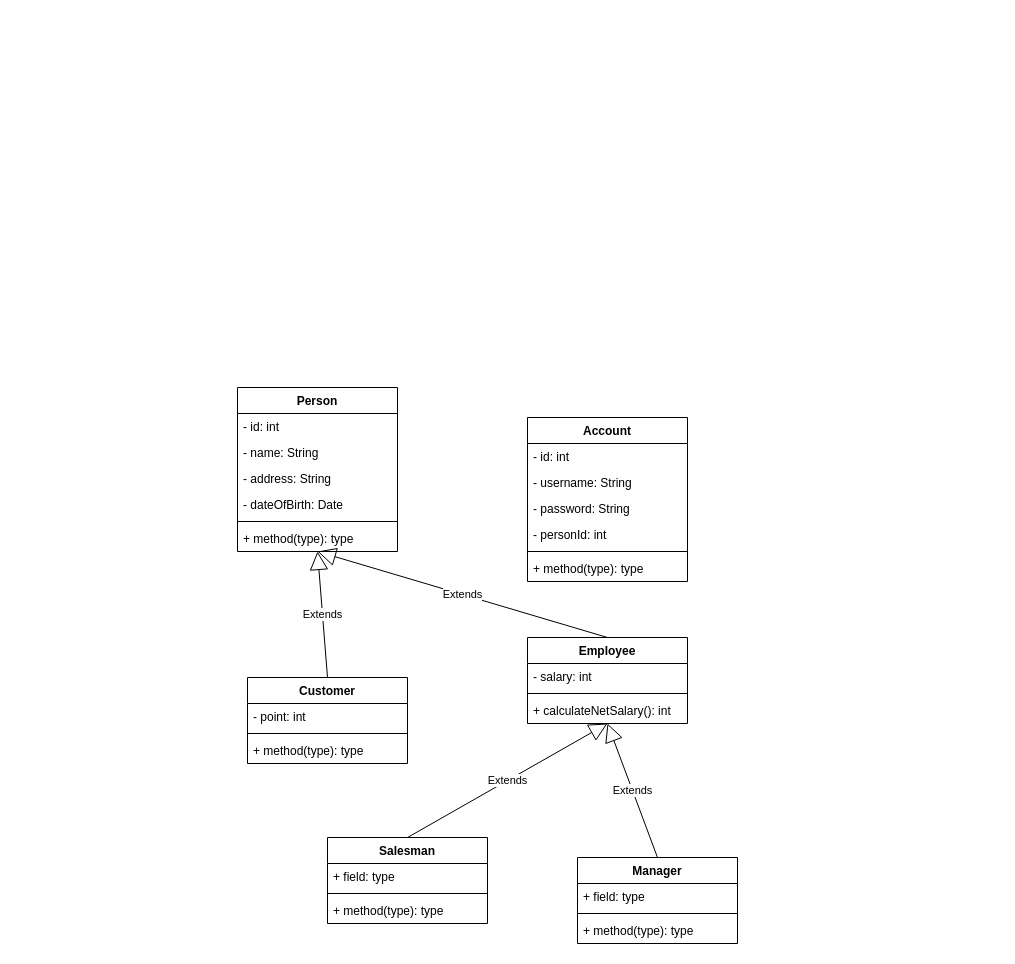
Above: drawio/diagram.drawio in HoangGiaBao212/Food-Drink-Ordering-Management-System (draw.io), before the change. Source tidied: cells renumbered, new cells numbered last; positions are measured from the earlier drawing's top-left corner, leaving out a move shared by most shapes. Both pictures are drawn from the tidied source at 100%, with x=0, y=0 at pixel (237, 387).
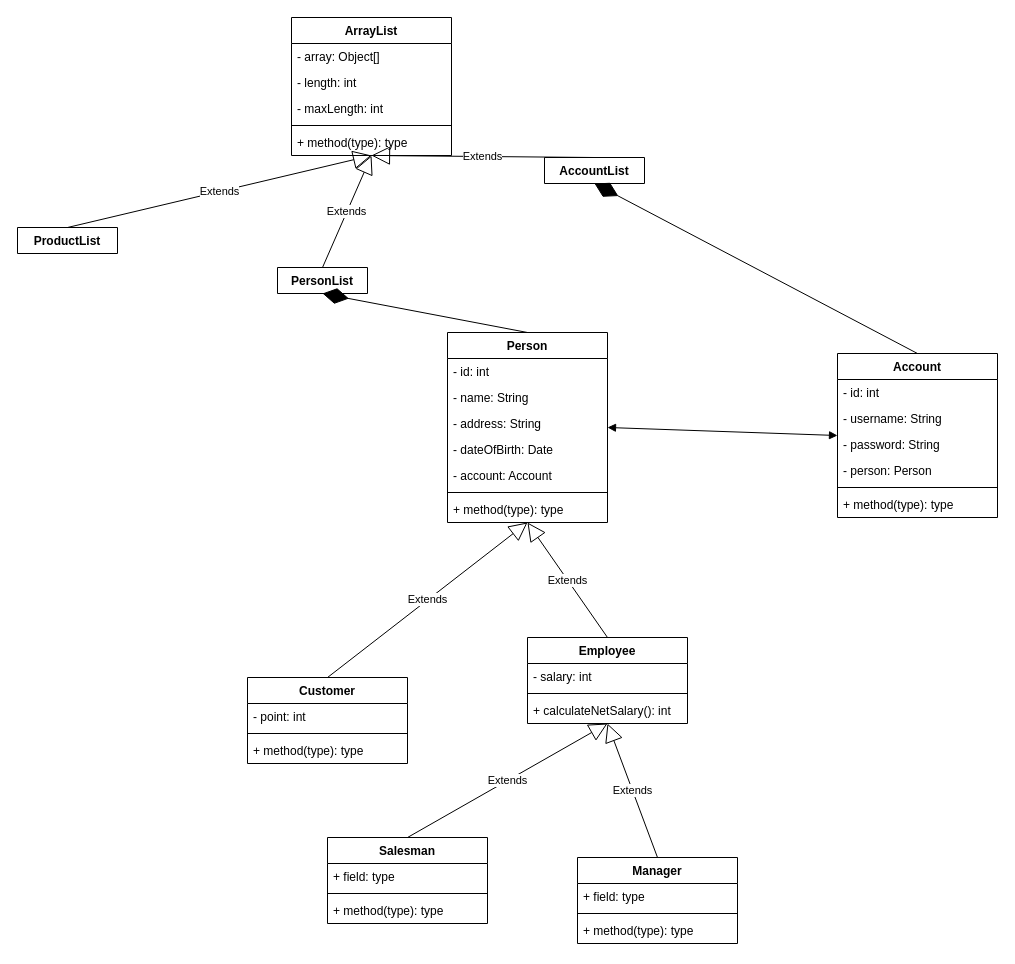
The same diagram, later.

The edit, as a diff of the source:
```diff
@@
     <mxCell id="2" value="Person" style="swimlane;fontStyle=1;align=center;verticalAlign=top;horizontal=1;startSize=26;" parent="1" vertex="1">
-      <mxGeometry width="160" height="164" as="geometry" />
+      <mxGeometry x="210" y="-55" width="160" height="190" as="geometry" />
     </mxCell>
@@
+    <mxCell id="36" value="- account: Account" style="text;strokeColor=none;fillColor=none;align=left;verticalAlign=top;spacingLeft=4;spacingRight=4;overflow=hidden;" parent="2" vertex="1">
+      <mxGeometry y="130" width="160" height="26" as="geometry" />
+    </mxCell>
     <mxCell id="7" style="line;strokeWidth=1;fillColor=none;align=left;verticalAlign=middle;spacingTop=-1;spacingLeft=3;spacingRight=3;labelPosition=right;" parent="2" vertex="1">
-      <mxGeometry y="130" width="160" height="8" as="geometry" />
+      <mxGeometry y="156" width="160" height="8" as="geometry" />
     </mxCell>
     <mxCell id="8" value="+ method(type): type" style="text;strokeColor=none;fillColor=none;align=left;verticalAlign=top;spacingLeft=4;spacingRight=4;overflow=hidden;" parent="2" vertex="1">
-      <mxGeometry y="138" width="160" height="26" as="geometry" />
+      <mxGeometry y="164" width="160" height="26" as="geometry" />
     </mxCell>
@@
     <mxCell id="29" value="Account" style="swimlane;fontStyle=1;align=center;verticalAlign=top;horizontal=1;startSize=26;" parent="1" vertex="1">
-      <mxGeometry x="290" y="30" width="160" height="164" as="geometry" />
+      <mxGeometry x="600" y="-34" width="160" height="164" as="geometry" />
     </mxCell>
@@
-    <mxCell id="33" value="- personId: int" style="text;strokeColor=none;fillColor=none;align=left;verticalAlign=top;spacingLeft=4;spacingRight=4;overflow=hidden;" parent="29" vertex="1">
+    <mxCell id="33" value="- person: Person" style="text;strokeColor=none;fillColor=none;align=left;verticalAlign=top;spacingLeft=4;spacingRight=4;overflow=hidden;" parent="29" vertex="1">
       <mxGeometry y="104" width="160" height="26" as="geometry" />
     </mxCell>
@@
+    <mxCell id="37" value="AccountList" style="swimlane;fontStyle=1;align=center;verticalAlign=top;horizontal=1;startSize=26;" parent="1" vertex="1" collapsed="1">
+      <mxGeometry x="307" y="-230" width="100" height="26" as="geometry" />
+    </mxCell>
+    <mxCell id="38" value="ArrayList" style="swimlane;fontStyle=1;align=center;verticalAlign=top;horizontal=1;startSize=26;" parent="1" vertex="1">
+      <mxGeometry x="54" y="-370" width="160" height="138" as="geometry" />
+    </mxCell>
+    <mxCell id="39" value="- array: Object[]" style="text;strokeColor=none;fillColor=none;align=left;verticalAlign=top;spacingLeft=4;spacingRight=4;overflow=hidden;" parent="38" vertex="1">
+      <mxGeometry y="26" width="160" height="26" as="geometry" />
+    </mxCell>
+    <mxCell id="40" value="- length: int" style="text;strokeColor=none;fillColor=none;align=left;verticalAlign=top;spacingLeft=4;spacingRight=4;overflow=hidden;" parent="38" vertex="1">
+      <mxGeometry y="52" width="160" height="26" as="geometry" />
+    </mxCell>
+    <mxCell id="41" value="- maxLength: int" style="text;strokeColor=none;fillColor=none;align=left;verticalAlign=top;spacingLeft=4;spacingRight=4;overflow=hidden;" parent="38" vertex="1">
+      <mxGeometry y="78" width="160" height="26" as="geometry" />
+    </mxCell>
+    <mxCell id="42" style="line;strokeWidth=1;fillColor=none;align=left;verticalAlign=middle;spacingTop=-1;spacingLeft=3;spacingRight=3;labelPosition=right;" parent="38" vertex="1">
+      <mxGeometry y="104" width="160" height="8" as="geometry" />
+    </mxCell>
+    <mxCell id="43" value="+ method(type): type" style="text;strokeColor=none;fillColor=none;align=left;verticalAlign=top;spacingLeft=4;spacingRight=4;overflow=hidden;" parent="38" vertex="1">
+      <mxGeometry y="112" width="160" height="26" as="geometry" />
+    </mxCell>
+    <mxCell id="44" value="Extends" style="endArrow=block;endSize=16;endFill=0;html=1;exitX=0.5;exitY=0;exitDx=0;exitDy=0;entryX=0.5;entryY=1;entryDx=0;entryDy=0;" parent="1" edge="1" source="37" target="38">
+      <mxGeometry relative="1" as="geometry" />
+    </mxCell>
+    <mxCell id="45" value="PersonList" style="swimlane;fontStyle=1;align=center;verticalAlign=top;horizontal=1;startSize=26;" parent="1" vertex="1" collapsed="1">
+      <mxGeometry x="40" y="-120" width="90" height="26" as="geometry" />
+    </mxCell>
+    <mxCell id="46" value="Extends" style="endArrow=block;endSize=16;endFill=0;html=1;exitX=0.5;exitY=0;exitDx=0;exitDy=0;entryX=0.5;entryY=1;entryDx=0;entryDy=0;" parent="1" edge="1" source="45" target="38">
+      <mxGeometry relative="1" as="geometry" />
+    </mxCell>
+    <mxCell id="47" value="ProductList" style="swimlane;fontStyle=1;align=center;verticalAlign=top;horizontal=1;startSize=26;" parent="1" vertex="1" collapsed="1">
+      <mxGeometry x="-220" y="-160" width="100" height="26" as="geometry" />
+    </mxCell>
+    <mxCell id="48" style="endArrow=block;startArrow=block;endFill=1;startFill=1;html=1;exitX=1;exitY=0.5;exitDx=0;exitDy=0;entryX=0;entryY=0.5;entryDx=0;entryDy=0;" parent="1" edge="1" source="2" target="29">
+      <mxGeometry relative="1" as="geometry" />
+    </mxCell>
+    <mxCell id="49" value="Extends" style="endArrow=block;endSize=16;endFill=0;html=1;exitX=0.5;exitY=0;exitDx=0;exitDy=0;entryX=0.5;entryY=1;entryDx=0;entryDy=0;" parent="1" edge="1" source="47" target="38">
+      <mxGeometry relative="1" as="geometry" />
+    </mxCell>
+    <mxCell id="50" style="endArrow=diamondThin;endFill=1;endSize=24;html=1;entryX=0.5;entryY=1;entryDx=0;entryDy=0;exitX=0.5;exitY=0;exitDx=0;exitDy=0;" parent="1" edge="1" source="29" target="37">
+      <mxGeometry relative="1" as="geometry" />
+    </mxCell>
+    <mxCell id="51" style="endArrow=diamondThin;endFill=1;endSize=24;html=1;exitX=0.5;exitY=0;exitDx=0;exitDy=0;entryX=0.5;entryY=1;entryDx=0;entryDy=0;" parent="1" edge="1" source="2" target="45">
+      <mxGeometry relative="1" as="geometry" />
+    </mxCell>
```
